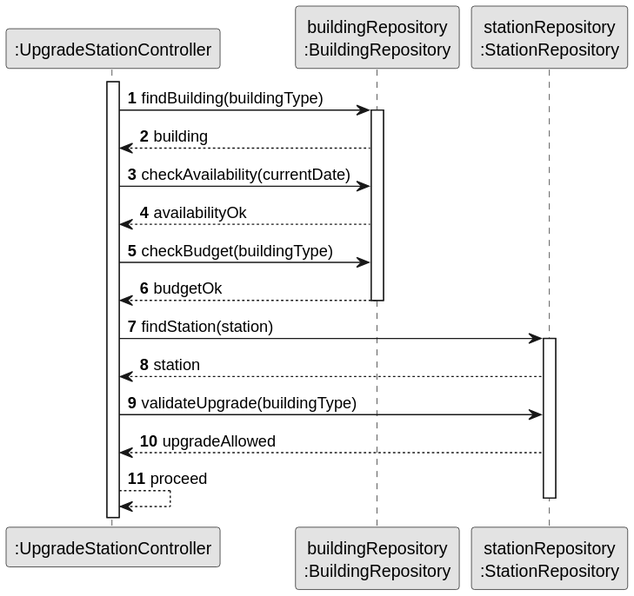
Earlier version of the PlantUML export docs/system-documentation/US006/03.design/svg/US006-SD-validateUpgrade.svg (goncalolopesp/sem2-pi-24.25-g093-repo).
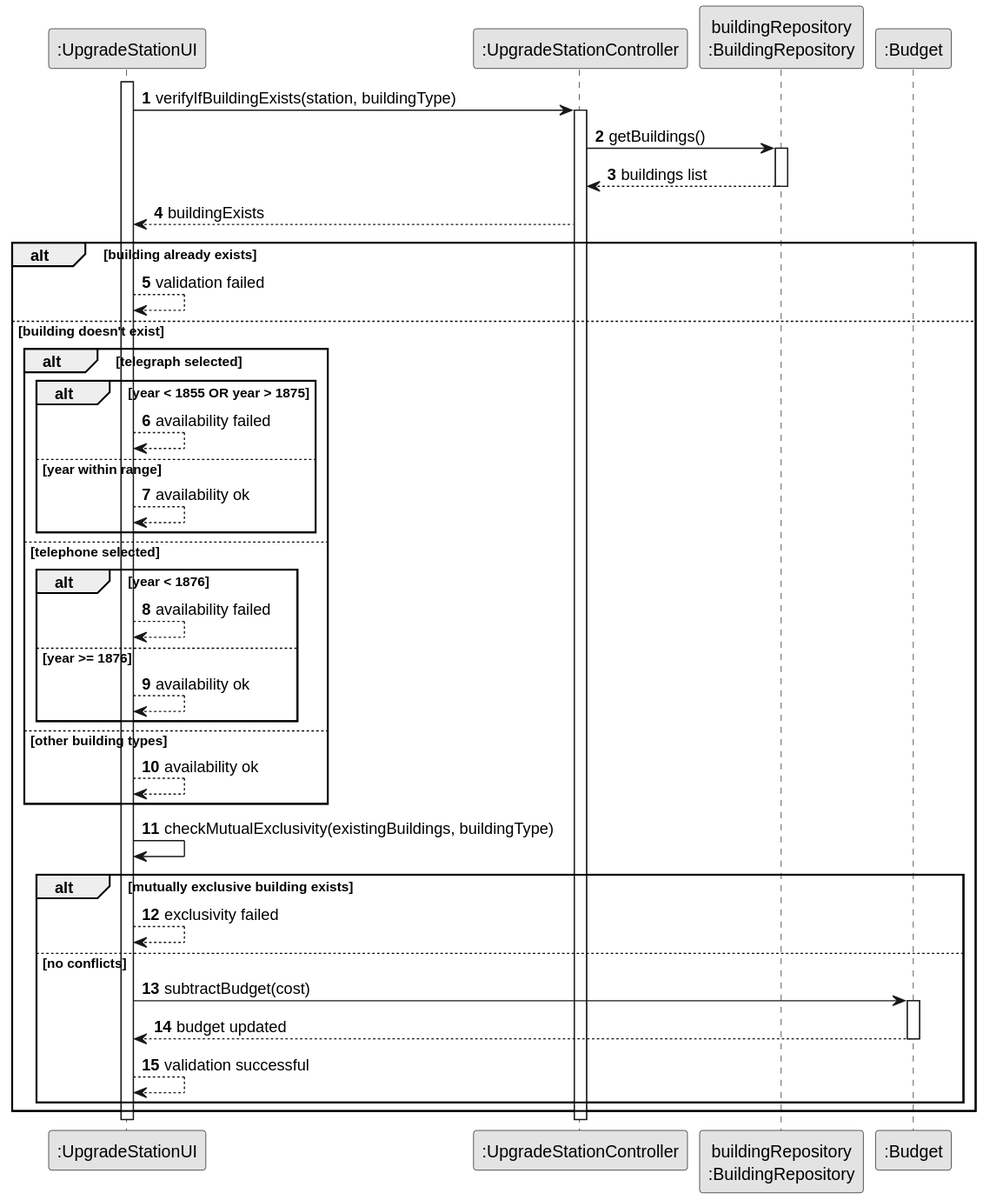
After the change.

The edit, as a diff of the source:
```diff
@@ -2,31 +2,57 @@
 skinparam monochrome true
 skinparam packageStyle rectangle
 skinparam shadowing false
+
 autonumber
 
+participant ":UpgradeStationUI" as UpgradeStationUI
 participant ":UpgradeStationController" as UpgradeStationController
-participant "buildingRepository\n:BuildingRepository" as buildingRepository
-participant "stationRepository\n:StationRepository" as stationRepository
+participant "buildingRepository\n:BuildingRepository" as BuildingRepository
+participant ":Budget" as Budget
 
+activate UpgradeStationUI
+UpgradeStationUI -> UpgradeStationController : verifyIfBuildingExists(station, buildingType)
 activate UpgradeStationController
 
-UpgradeStationController -> buildingRepository : findBuilding(buildingType)
-activate buildingRepository
-buildingRepository --> UpgradeStationController : building
+UpgradeStationController -> BuildingRepository : getBuildings()
+activate BuildingRepository
+BuildingRepository --> UpgradeStationController : buildings list
+deactivate BuildingRepository
 
+UpgradeStationController --> UpgradeStationUI : buildingExists
 
-UpgradeStationController -> buildingRepository : checkAvailability(currentDate)
-buildingRepository --> UpgradeStationController : availabilityOk
+alt building already exists
+    UpgradeStationUI --> UpgradeStationUI : validation failed
+else building doesn't exist
+    alt telegraph selected
+        alt year < 1855 OR year > 1875
+            UpgradeStationUI --> UpgradeStationUI : availability failed
+        else year within range
+            UpgradeStationUI --> UpgradeStationUI : availability ok
+        end
+    else telephone selected
+        alt year < 1876
+            UpgradeStationUI --> UpgradeStationUI : availability failed
+        else year >= 1876
+            UpgradeStationUI --> UpgradeStationUI : availability ok
+        end
+    else other building types
+        UpgradeStationUI --> UpgradeStationUI : availability ok
+    end
+    UpgradeStationUI -> UpgradeStationUI : checkMutualExclusivity(existingBuildings, buildingType)
 
-UpgradeStationController -> buildingRepository : checkBudget(buildingType)
-buildingRepository --> UpgradeStationController : budgetOk
-deactivate buildingRepository
-UpgradeStationController -> stationRepository : findStation(station)
-activate stationRepository
-stationRepository --> UpgradeStationController : station
+    alt mutually exclusive building exists
+        UpgradeStationUI --> UpgradeStationUI : exclusivity failed
+    else no conflicts
+        UpgradeStationUI -> Budget : subtractBudget(cost)
+        activate Budget
+        Budget --> UpgradeStationUI : budget updated
+        deactivate Budget
 
-UpgradeStationController -> stationRepository : validateUpgrade(buildingType)
-stationRepository --> UpgradeStationController : upgradeAllowed
-UpgradeStationController --> UpgradeStationController: proceed
-deactivate stationRepository
+        UpgradeStationUI --> UpgradeStationUI : validation successful
+    end
+end
+
+deactivate UpgradeStationController
+deactivate UpgradeStationUI
 @enduml
```
